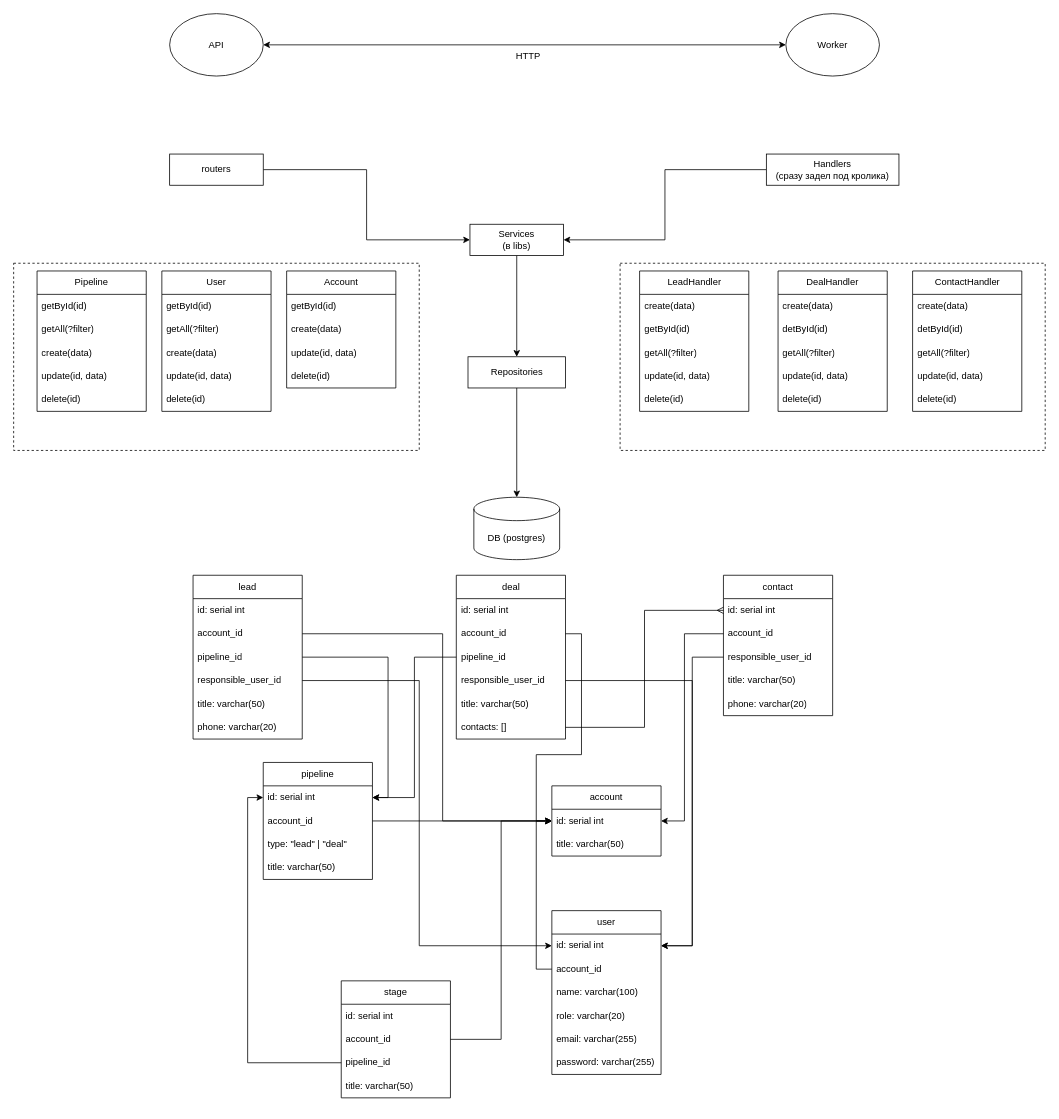
sh1meo/crm keeps this draw.io diagram as crm_architecture.drawio. Above is the earlier version. Source tidied: cells renumbered, new cells numbered last; positions are measured from the earlier drawing's top-left corner, leaving out a move shared by most shapes. Both pictures are drawn from the tidied source at 78%, with x=0, y=0 at pixel (13, 13).
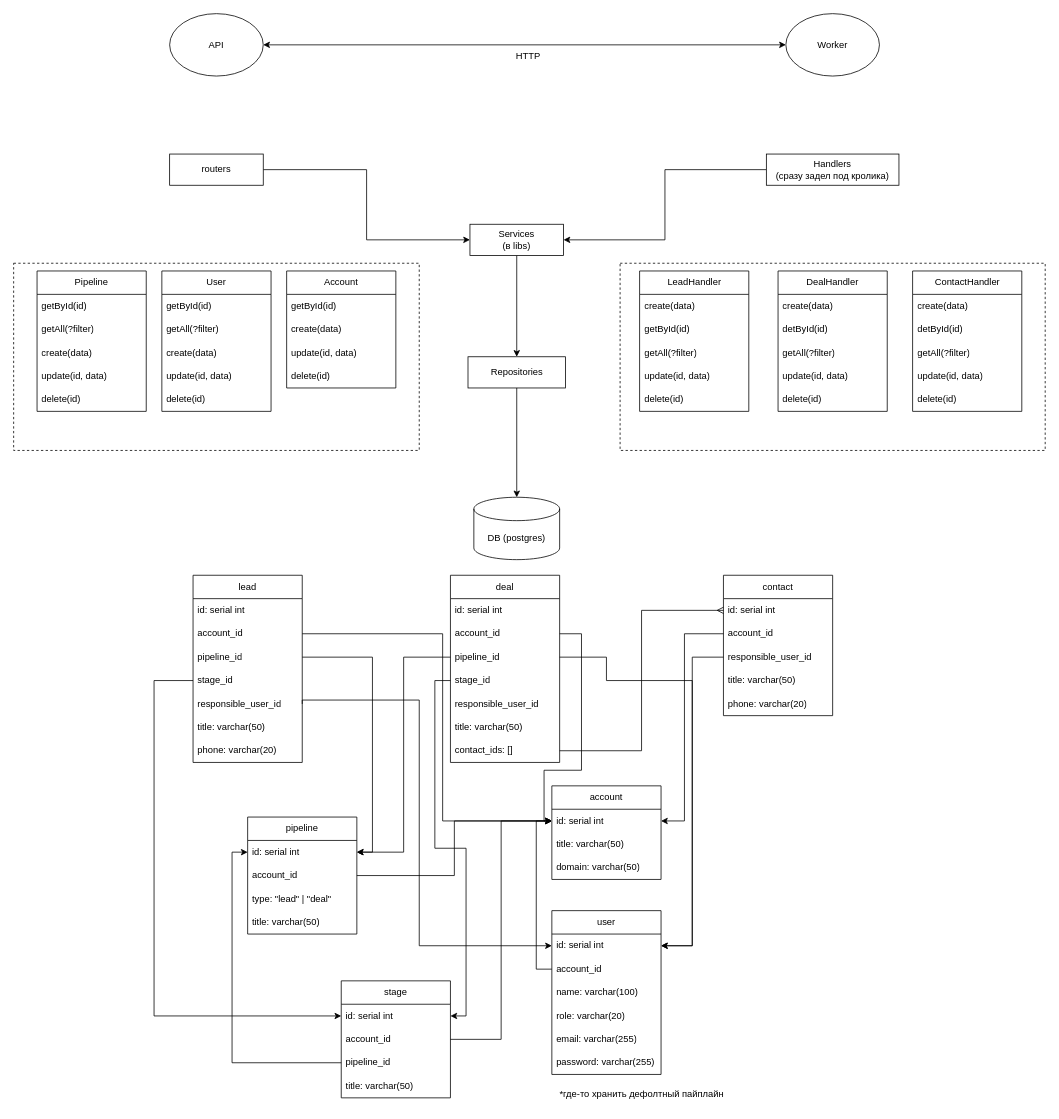
Above is the later version.

Commit message:
new crm_architecture

Unchanged cells that the change refers to:
```xml
<mxCell id="71" value="id: serial int" style="text;strokeColor=none;fillColor=none;align=left;verticalAlign=middle;spacingLeft=4;spacingRight=4;overflow=hidden;points=[[0,0.5],[1,0.5]];portConstraint=eastwest;whiteSpace=wrap;html=1;" parent="70" vertex="1">
  <mxGeometry y="30" width="140" height="30" as="geometry" />
</mxCell>
<mxCell id="76" value="id: serial int" style="text;strokeColor=none;fillColor=none;align=left;verticalAlign=middle;spacingLeft=4;spacingRight=4;overflow=hidden;points=[[0,0.5],[1,0.5]];portConstraint=eastwest;whiteSpace=wrap;html=1;" parent="75" vertex="1">
  <mxGeometry y="30" width="140" height="30" as="geometry" />
</mxCell>
<mxCell id="83" value="id: serial int" style="text;strokeColor=none;fillColor=none;align=left;verticalAlign=middle;spacingLeft=4;spacingRight=4;overflow=hidden;points=[[0,0.5],[1,0.5]];portConstraint=eastwest;whiteSpace=wrap;html=1;" parent="82" vertex="1">
  <mxGeometry y="30" width="140" height="30" as="geometry" />
</mxCell>
<mxCell id="87" value="account_id" style="text;strokeColor=none;fillColor=none;align=left;verticalAlign=middle;spacingLeft=4;spacingRight=4;overflow=hidden;points=[[0,0.5],[1,0.5]];portConstraint=eastwest;whiteSpace=wrap;html=1;" parent="85" vertex="1">
  <mxGeometry y="60" width="140" height="30" as="geometry" />
</mxCell>
<mxCell id="88" value="pipeline_id" style="text;strokeColor=none;fillColor=none;align=left;verticalAlign=middle;spacingLeft=4;spacingRight=4;overflow=hidden;points=[[0,0.5],[1,0.5]];portConstraint=eastwest;whiteSpace=wrap;html=1;" parent="85" vertex="1">
  <mxGeometry y="90" width="140" height="30" as="geometry" />
</mxCell>
```

What changed in the source:
```diff
@@
     <mxCell id="52" value="lead" style="swimlane;fontStyle=0;horizontal=1;startSize=30;whiteSpace=wrap;html=1;" parent="1" vertex="1">
-      <mxGeometry x="230" y="720" width="140" height="210" as="geometry" />
+      <mxGeometry x="230" y="720" width="140" height="240" as="geometry" />
     </mxCell>
@@
+    <mxCell id="105" value="stage_id" style="text;strokeColor=none;fillColor=none;align=left;verticalAlign=middle;spacingLeft=4;spacingRight=4;overflow=hidden;points=[[0,0.5],[1,0.5]];portConstraint=eastwest;whiteSpace=wrap;html=1;" parent="52" vertex="1">
+      <mxGeometry y="120" width="140" height="30" as="geometry" />
+    </mxCell>
     <mxCell id="56" value="responsible_user_id" style="text;strokeColor=none;fillColor=none;align=left;verticalAlign=middle;spacingLeft=4;spacingRight=4;overflow=hidden;points=[[0,0.5],[1,0.5]];portConstraint=eastwest;whiteSpace=wrap;html=1;" parent="52" vertex="1">
-      <mxGeometry y="120" width="140" height="30" as="geometry" />
+      <mxGeometry y="150" width="140" height="30" as="geometry" />
     </mxCell>
     <mxCell id="57" value="title: varchar(50)" style="text;strokeColor=none;fillColor=none;align=left;verticalAlign=middle;spacingLeft=4;spacingRight=4;overflow=hidden;whiteSpace=wrap;html=1;" parent="52" vertex="1">
-      <mxGeometry y="150" width="140" height="30" as="geometry" />
+      <mxGeometry y="180" width="140" height="30" as="geometry" />
     </mxCell>
     <mxCell id="58" value="phone: varchar(20)" style="text;strokeColor=none;fillColor=none;align=left;verticalAlign=middle;spacingLeft=4;spacingRight=4;overflow=hidden;whiteSpace=wrap;html=1;" parent="52" vertex="1">
-      <mxGeometry y="180" width="140" height="30" as="geometry" />
+      <mxGeometry y="210" width="140" height="30" as="geometry" />
     </mxCell>
@@
     <mxCell id="65" value="pipeline" style="swimlane;fontStyle=0;horizontal=1;startSize=30;whiteSpace=wrap;html=1;" parent="1" vertex="1">
-      <mxGeometry x="320" y="960" width="140" height="150" as="geometry" />
+      <mxGeometry x="300" y="1030" width="140" height="150" as="geometry" />
     </mxCell>
@@
     <mxCell id="82" value="account" style="swimlane;fontStyle=0;horizontal=1;startSize=30;whiteSpace=wrap;html=1;" parent="1" vertex="1">
-      <mxGeometry x="690" y="990" width="140" height="90" as="geometry" />
+      <mxGeometry x="690" y="990" width="140" height="120" as="geometry" />
     </mxCell>
@@
+    <mxCell id="106" value="domain: varchar(50)" style="text;strokeColor=none;fillColor=none;align=left;verticalAlign=middle;spacingLeft=4;spacingRight=4;overflow=hidden;whiteSpace=wrap;html=1;" parent="82" vertex="1">
+      <mxGeometry y="90" width="140" height="30" as="geometry" />
+    </mxCell>
     <mxCell id="85" value="deal" style="swimlane;fontStyle=0;horizontal=1;startSize=30;whiteSpace=wrap;html=1;" parent="1" vertex="1">
-      <mxGeometry x="567.5" y="720" width="140" height="210" as="geometry" />
+      <mxGeometry x="560" y="720" width="140" height="240" as="geometry" />
     </mxCell>
@@
+    <mxCell id="107" value="stage_id" style="text;strokeColor=none;fillColor=none;align=left;verticalAlign=middle;spacingLeft=4;spacingRight=4;overflow=hidden;points=[[0,0.5],[1,0.5]];portConstraint=eastwest;whiteSpace=wrap;html=1;" parent="85" vertex="1">
+      <mxGeometry y="120" width="140" height="30" as="geometry" />
+    </mxCell>
     <mxCell id="89" value="responsible_user_id" style="text;strokeColor=none;fillColor=none;align=left;verticalAlign=middle;spacingLeft=4;spacingRight=4;overflow=hidden;points=[[0,0.5],[1,0.5]];portConstraint=eastwest;whiteSpace=wrap;html=1;" parent="85" vertex="1">
-      <mxGeometry y="120" width="140" height="30" as="geometry" />
+      <mxGeometry y="150" width="140" height="30" as="geometry" />
     </mxCell>
     <mxCell id="90" value="title: varchar(50)" style="text;strokeColor=none;fillColor=none;align=left;verticalAlign=middle;spacingLeft=4;spacingRight=4;overflow=hidden;whiteSpace=wrap;html=1;" parent="85" vertex="1">
-      <mxGeometry y="150" width="140" height="30" as="geometry" />
+      <mxGeometry y="180" width="140" height="30" as="geometry" />
     </mxCell>
-    <mxCell id="91" value="contacts: []" style="text;strokeColor=none;fillColor=none;align=left;verticalAlign=middle;spacingLeft=4;spacingRight=4;overflow=hidden;points=[[0,0.5],[1,0.5]];portConstraint=eastwest;whiteSpace=wrap;html=1;" parent="85" vertex="1">
-      <mxGeometry y="180" width="140" height="30" as="geometry" />
+    <mxCell id="91" value="contact_ids: []" style="text;strokeColor=none;fillColor=none;align=left;verticalAlign=middle;spacingLeft=4;spacingRight=4;overflow=hidden;points=[[0,0.5],[1,0.5]];portConstraint=eastwest;whiteSpace=wrap;html=1;" parent="85" vertex="1">
+      <mxGeometry y="210" width="140" height="30" as="geometry" />
     </mxCell>
@@
-    <mxCell id="96" style="edgeStyle=orthogonalEdgeStyle;rounded=0;jettySize=auto;html=1;entryX=1;entryY=0.5;entryDx=0;entryDy=0;" parent="1" edge="1" source="89" target="76">
+    <mxCell id="96" style="edgeStyle=orthogonalEdgeStyle;rounded=0;jettySize=auto;html=1;entryX=1;entryY=0.5;entryDx=0;entryDy=0;exitX=1;exitY=0.5;exitDx=0;exitDy=0;" parent="1" edge="1" source="88" target="76">
       <mxGeometry relative="1" as="geometry">
         <Array as="points">
+          <mxPoint x="760" y="825" />
+          <mxPoint x="760" y="855" />
           <mxPoint x="870" y="855" />
           <mxPoint x="870" y="1195" />
         </Array>
       </mxGeometry>
     </mxCell>
-    <mxCell id="97" style="edgeStyle=orthogonalEdgeStyle;rounded=0;jettySize=auto;html=1;" parent="1" edge="1" source="56" target="76">
+    <mxCell id="97" style="edgeStyle=orthogonalEdgeStyle;rounded=0;jettySize=auto;html=1;exitX=1;exitY=0.5;exitDx=0;exitDy=0;" parent="1" edge="1" source="56" target="76">
       <mxGeometry relative="1" as="geometry">
         <Array as="points">
-          <mxPoint x="520" y="855" />
+          <mxPoint x="370" y="880" />
+          <mxPoint x="520" y="880" />
           <mxPoint x="520" y="1195" />
         </Array>
       </mxGeometry>
     </mxCell>
@@
     <mxCell id="99" style="edgeStyle=orthogonalEdgeStyle;rounded=0;jettySize=auto;html=1;" parent="1" edge="1" source="87" target="83">
       <mxGeometry relative="1" as="geometry">
         <Array as="points">
           <mxPoint x="728" y="795" />
-          <mxPoint x="728" y="950" />
-          <mxPoint x="670" y="950" />
-          <mxPoint x="670" y="1035" />
+          <mxPoint x="728" y="970" />
+          <mxPoint x="680" y="970" />
+          <mxPoint x="680" y="1035" />
         </Array>
       </mxGeometry>
     </mxCell>
@@
+    <mxCell id="108" style="edgeStyle=orthogonalEdgeStyle;rounded=0;jettySize=auto;html=1;" parent="1" edge="1" source="107" target="71">
+      <mxGeometry relative="1" as="geometry" />
+    </mxCell>
+    <mxCell id="109" style="edgeStyle=orthogonalEdgeStyle;rounded=0;jettySize=auto;html=1;entryX=0;entryY=0.5;entryDx=0;entryDy=0;" parent="1" edge="1" source="105" target="71">
+      <mxGeometry relative="1" as="geometry">
+        <Array as="points">
+          <mxPoint x="180" y="855" />
+          <mxPoint x="180" y="1285" />
+        </Array>
+      </mxGeometry>
+    </mxCell>
+    <mxCell id="110" value="*где-то хранить дефолтный пайплайн" style="text;html=1;align=center;verticalAlign=middle;strokeColor=none;fillColor=none;" parent="1" vertex="1">
+      <mxGeometry x="690" y="1370" width="230" height="30" as="geometry" />
+    </mxCell>
```
